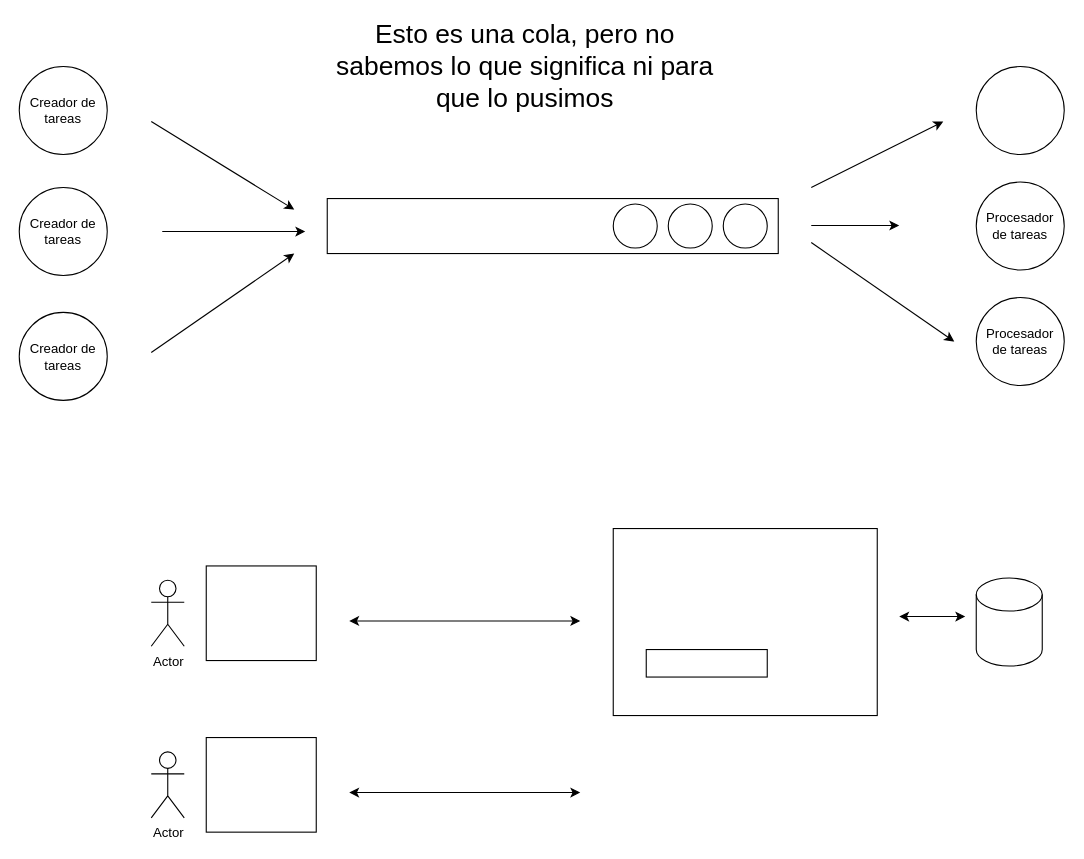
Above: page "Page-1" (1 of 56) of diagramas.drawio in almoril00/MEAN (draw.io), before the change. Source tidied: cells renumbered, new cells numbered last; positions are measured from the earlier drawing's top-left corner, leaving out a move shared by most shapes. Both pictures are drawn from the tidied source at 110%, with x=0, y=0 at pixel (19, 55).
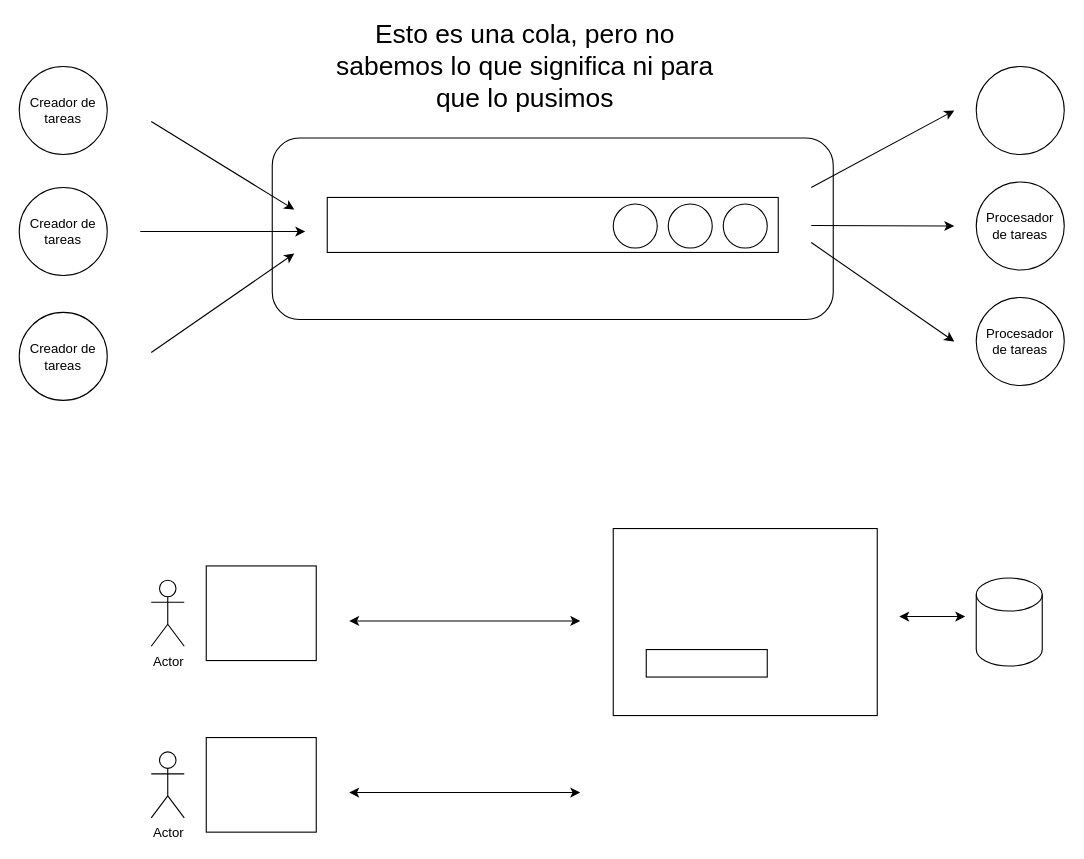
Above is the later version.

What changed in the source:
```diff
@@
+    <mxCell id="29" style="rounded=1;whiteSpace=wrap;html=1;fillColor=none;" parent="1" vertex="1">
+      <mxGeometry x="230" y="75" width="510" height="165" as="geometry" />
+    </mxCell>
     <mxCell id="2" style="rounded=0;whiteSpace=wrap;html=1;fillColor=none;align=left;" parent="1" vertex="1">
-      <mxGeometry x="280" y="130" width="410" height="50" as="geometry" />
+      <mxGeometry x="280" y="129" width="410" height="50" as="geometry" />
     </mxCell>
     <mxCell id="3" style="endArrow=classic;html=1;" parent="1" edge="1">
       <mxGeometry relative="1" as="geometry">
-        <mxPoint x="130" y="160" as="sourcePoint" />
+        <mxPoint x="110" y="160" as="sourcePoint" />
         <mxPoint x="260" y="160" as="targetPoint" />
       </mxGeometry>
     </mxCell>
     <mxCell id="4" style="endArrow=classic;html=1;" parent="1" edge="1">
       <mxGeometry relative="1" as="geometry">
         <mxPoint x="720" y="154.5" as="sourcePoint" />
-        <mxPoint x="800" y="154.5" as="targetPoint" />
+        <mxPoint x="850" y="155" as="targetPoint" />
       </mxGeometry>
     </mxCell>
@@
     <mxCell id="27" style="endArrow=classic;html=1;" parent="1" edge="1">
       <mxGeometry relative="1" as="geometry">
         <mxPoint x="720" y="120" as="sourcePoint" />
-        <mxPoint x="840" y="60" as="targetPoint" />
+        <mxPoint x="850" y="50" as="targetPoint" />
       </mxGeometry>
     </mxCell>
```
